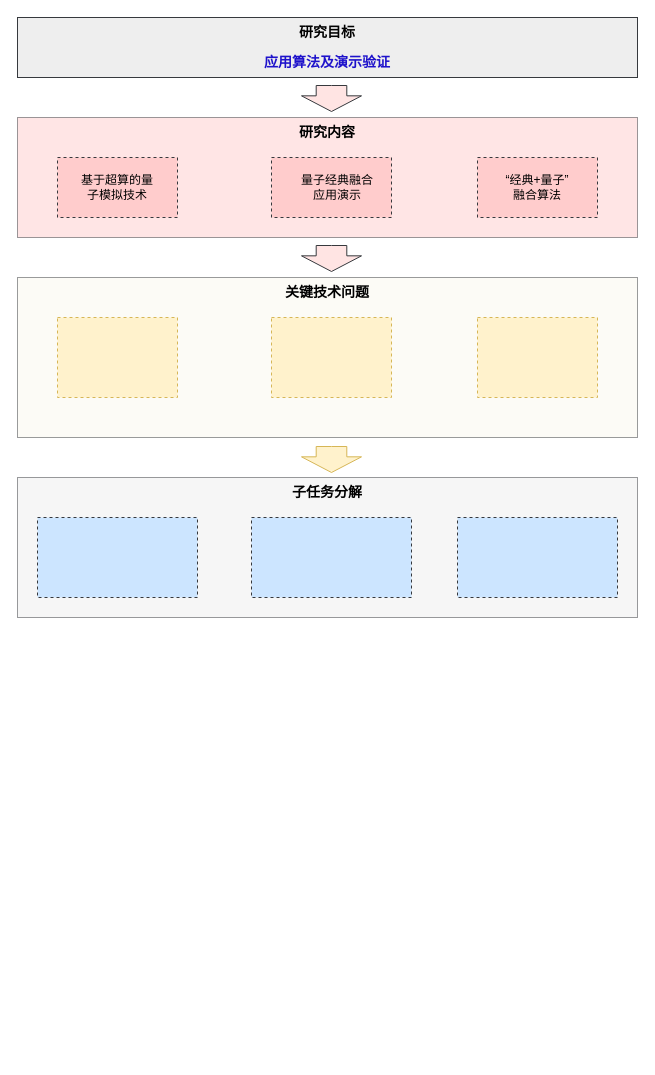
Before: 应用算法和演示验证（复旦）.drawio in zhaohuiyang-yzh/quantum_simulation, a draw.io diagram. Source tidied: cells renumbered, new cells numbered last; positions are measured from the earlier drawing's top-left corner, leaving out a move shared by most shapes. Both pictures are drawn from the tidied source at 100%, with x=0, y=0 at pixel (17, 17).
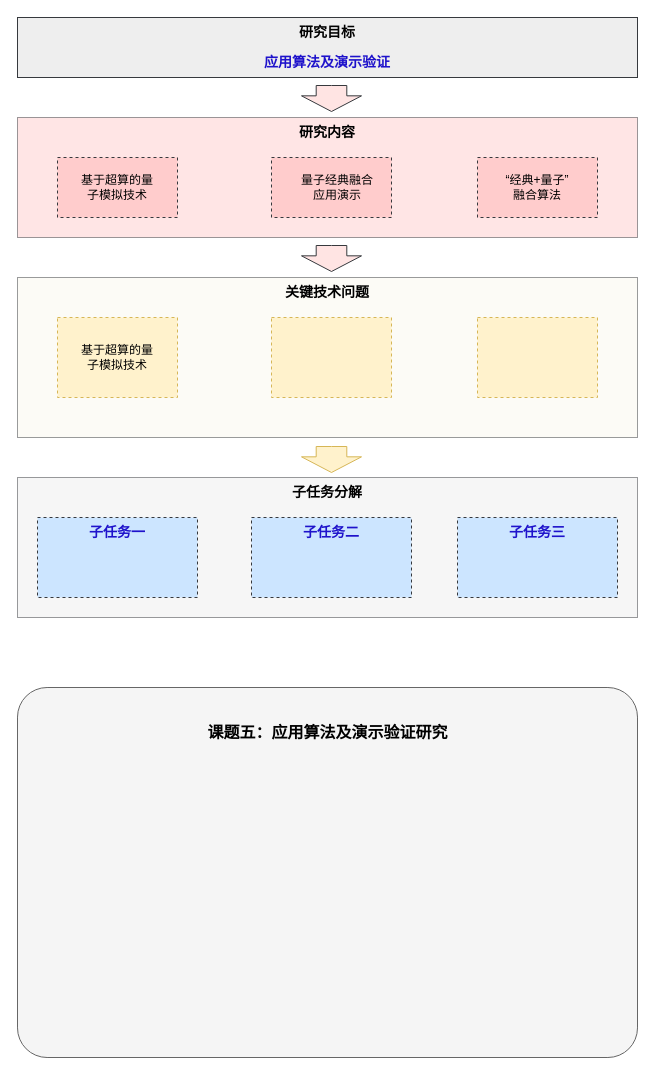
After the change.

Commit message (it also covers changes not shown here):
更新应用算法和演示验证（复旦）.drawio

What changed in the source:
```diff
@@
+    <mxCell id="26" value="基于超算的量子模拟技术" style="text;html=1;align=center;verticalAlign=middle;whiteSpace=wrap;rounded=0;" parent="1" vertex="1">
+      <mxGeometry x="60" y="325" width="80" height="30" as="geometry" />
+    </mxCell>
+    <mxCell id="27" value="&lt;span style=&quot;font-size: 14px;&quot;&gt;&lt;b&gt;&lt;font color=&quot;#1e12cb&quot;&gt;子任务一&lt;/font&gt;&lt;/b&gt;&lt;/span&gt;" style="text;html=1;align=center;verticalAlign=middle;whiteSpace=wrap;rounded=0;" parent="1" vertex="1">
+      <mxGeometry x="35" y="500" width="130" height="30" as="geometry" />
+    </mxCell>
+    <mxCell id="28" value="&lt;span style=&quot;font-size: 14px;&quot;&gt;&lt;b&gt;&lt;font color=&quot;#1e12cb&quot;&gt;子任务二&lt;/font&gt;&lt;/b&gt;&lt;/span&gt;" style="text;html=1;align=center;verticalAlign=middle;whiteSpace=wrap;rounded=0;" parent="1" vertex="1">
+      <mxGeometry x="249" y="500" width="130" height="30" as="geometry" />
+    </mxCell>
+    <mxCell id="29" value="&lt;span style=&quot;font-size: 14px;&quot;&gt;&lt;b&gt;&lt;font color=&quot;#1e12cb&quot;&gt;子任务三&lt;/font&gt;&lt;/b&gt;&lt;/span&gt;" style="text;html=1;align=center;verticalAlign=middle;whiteSpace=wrap;rounded=0;" parent="1" vertex="1">
+      <mxGeometry x="455" y="500" width="130" height="30" as="geometry" />
+    </mxCell>
+    <mxCell id="30" style="rounded=1;whiteSpace=wrap;html=1;arcSize=8;fillColor=#f5f5f5;fontColor=#333333;strokeColor=#666666;" parent="1" vertex="1">
+      <mxGeometry y="670" width="620" height="370" as="geometry" />
+    </mxCell>
+    <mxCell id="31" value="&lt;span style=&quot;font-size: 16px;&quot;&gt;&lt;b style=&quot;font-size: 16px;&quot;&gt;课题五：应用算法及演示验证研究&lt;/b&gt;&lt;/span&gt;" style="text;html=1;align=center;verticalAlign=middle;whiteSpace=wrap;rounded=0;fontSize=16;" parent="1" vertex="1">
+      <mxGeometry x="184.5" y="700" width="251" height="30" as="geometry" />
+    </mxCell>
```
